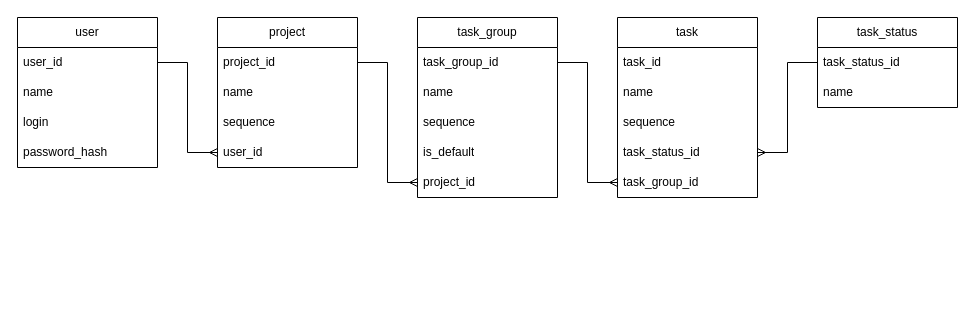
Earlier version of the draw.io diagram doc/todopp_er_diagramm.drawio (ilya-pishchalnikov/todo_plus_plus). Source tidied: cells renumbered, new cells numbered last; positions are measured from the earlier drawing's top-left corner, leaving out a move shared by most shapes. Both pictures are drawn from the tidied source at 100%, with x=0, y=0 at pixel (17, 17).
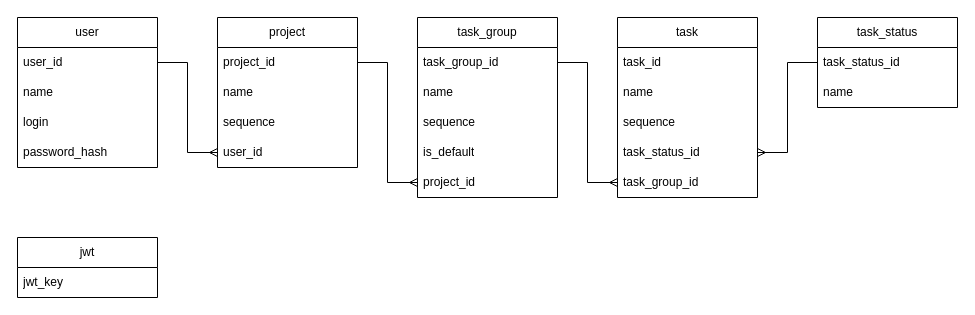
After the change.

Diff of the diagram source:
```diff
@@
+    <mxCell id="31" value="jwt" style="swimlane;fontStyle=0;horizontal=1;startSize=30;whiteSpace=wrap;html=1;" parent="1" vertex="1">
+      <mxGeometry y="220" width="140" height="60" as="geometry" />
+    </mxCell>
+    <mxCell id="32" value="jwt_key" style="text;strokeColor=none;fillColor=none;align=left;verticalAlign=middle;spacingLeft=4;spacingRight=4;overflow=hidden;whiteSpace=wrap;html=1;" parent="31" vertex="1">
+      <mxGeometry y="30" width="140" height="30" as="geometry" />
+    </mxCell>
```
